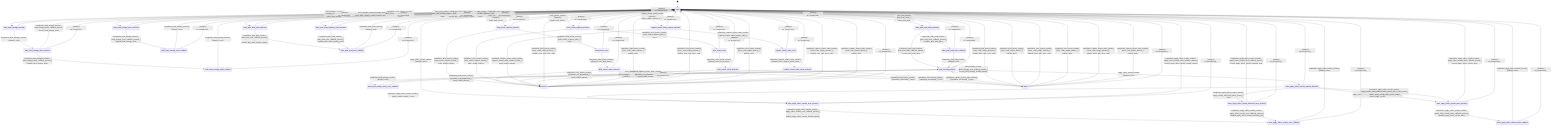
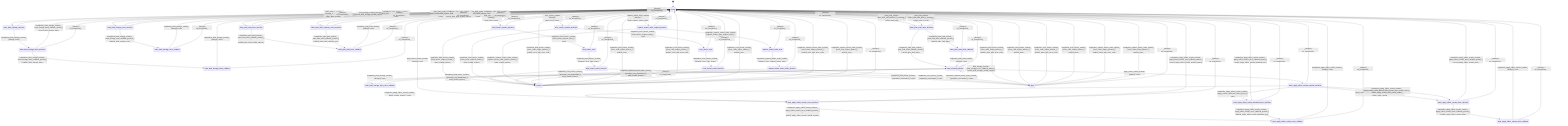
stateDiagram-v2
  direction TB
  [*] --> ready
  ready --> state_bind_storage_decision : bind_storage_runtime [storage_bind_valid_] / effect_bind_storage_
  ready --> state_bind_storage_error_decision : bind_storage_runtime [storage_bind_invalid_] / record_bind_storage_invalid_request_and_clear_binding_
  state_bind_storage_decision --> state_bind_storage_done_decision : completion_bind_storage_runtime_ [always] / none
  state_bind_storage_done_decision --> state_bind_storage_done_callback : completion_bind_storage_runtime_ [bind_storage_done_callback_present_] / publish_bind_storage_done_
  state_bind_storage_done_decision --> ready : completion_bind_storage_runtime_ [bind_storage_done_callback_absent_] / record_bind_storage_done_
  state_bind_storage_done_callback --> ready : completion_bind_storage_runtime_ [always] / none
  state_bind_storage_error_decision --> state_bind_storage_error_callback : completion_bind_storage_runtime_ [bind_storage_error_callback_present_] / publish_bind_storage_error_
  state_bind_storage_error_decision --> ready : completion_bind_storage_runtime_ [bind_storage_error_callback_absent_] / none
  state_bind_storage_error_callback --> ready : completion_bind_storage_runtime_ [always] / none
  state_awaiting_effects --> state_bind_storage_busy_error_callback : bind_storage_runtime [bind_storage_error_callback_present_] / publish_bind_storage_error_
  state_awaiting_effects --> state_awaiting_effects : bind_storage_runtime [bind_storage_error_callback_absent_] / record_bind_storage_invalid_request_
  state_bind_storage_busy_error_callback --> state_awaiting_effects : completion_bind_storage_runtime_ [always] / none
-   ready --> state_plan_load_done_decision : plan_load_runtime [plan_load_valid_] / effect_plan_load_
+   ready --> state_plan_load_done_decision : plan_load_runtime [plan_load_valid_without_io_strategy_] / effect_plan_load_
+   ready --> state_plan_load_done_decision : plan_load_runtime [plan_load_valid_with_io_strategy_] / effect_plan_io_load_
  ready --> state_plan_load_error_decision : plan_load_runtime [plan_load_invalid_request_] / none
  ready --> state_plan_load_capacity_error_decision : plan_load_runtime [plan_load_invalid_capacity_] / none
  state_plan_load_done_decision --> state_plan_load_done_callback : completion_plan_load_runtime_ [plan_load_done_callback_present_] / publish_plan_load_done_
  state_plan_load_done_decision --> state_awaiting_effects : completion_plan_load_runtime_ [plan_load_done_callback_absent_] / record_plan_load_done_
  state_plan_load_done_callback --> state_awaiting_effects : completion_plan_load_runtime_ [always] / none
  state_plan_load_error_decision --> state_plan_load_error_callback : completion_plan_load_runtime_ [plan_load_error_callback_present_] / publish_plan_load_invalid_request_
  state_plan_load_error_decision --> ready : completion_plan_load_runtime_ [plan_load_error_callback_absent_] / record_plan_load_invalid_request_
  state_plan_load_capacity_error_decision --> state_plan_load_error_callback : completion_plan_load_runtime_ [plan_load_error_callback_present_] / publish_plan_load_capacity_error_
  state_plan_load_capacity_error_decision --> ready : completion_plan_load_runtime_ [plan_load_error_callback_absent_] / record_plan_load_capacity_error_
  state_plan_load_error_callback --> ready : completion_plan_load_runtime_ [always] / none
  state_awaiting_effects --> state_apply_effect_results_request_decision : apply_effect_results_runtime [always] / none
  state_apply_effect_results_request_decision --> state_apply_effect_results_error_decision : completion_apply_effect_results_runtime_ [apply_results_invalid_] / none
  state_apply_effect_results_request_decision --> state_apply_effect_results_backend_error_decision : completion_apply_effect_results_runtime_ [apply_results_valid_with_effect_errors_] / none
  state_apply_effect_results_request_decision --> state_apply_effect_results_done_decision : completion_apply_effect_results_runtime_ [apply_results_valid_without_effect_errors_without_record_output_] / effect_apply_results_
  state_apply_effect_results_request_decision --> state_apply_effect_results_done_decision : completion_apply_effect_results_runtime_ [apply_results_valid_without_effect_errors_with_record_output_] / effect_apply_results_with_record_output_
  ready --> state_apply_effect_results_error_decision : apply_effect_results_runtime [always] / none
  state_apply_effect_results_done_decision --> state_apply_effect_results_done_callback : completion_apply_effect_results_runtime_ [apply_effect_results_done_callback_present_] / publish_apply_effect_results_done_
  state_apply_effect_results_done_decision --> ready : completion_apply_effect_results_runtime_ [apply_effect_results_done_callback_absent_] / record_apply_effect_results_done_
  state_apply_effect_results_done_callback --> ready : completion_apply_effect_results_runtime_ [always] / none
  state_apply_effect_results_error_decision --> state_apply_effect_results_error_callback : completion_apply_effect_results_runtime_ [apply_effect_results_error_callback_present_] / publish_apply_effect_results_invalid_request_
  state_apply_effect_results_error_decision --> ready : completion_apply_effect_results_runtime_ [apply_effect_results_error_callback_absent_] / record_apply_effect_results_invalid_request_
  state_apply_effect_results_backend_error_decision --> state_apply_effect_results_error_callback : completion_apply_effect_results_runtime_ [apply_effect_results_error_callback_present_] / publish_apply_effect_results_backend_error_
  state_apply_effect_results_backend_error_decision --> ready : completion_apply_effect_results_runtime_ [apply_effect_results_error_callback_absent_] / record_apply_effect_results_backend_error_
  state_apply_effect_results_error_callback --> ready : completion_apply_effect_results_runtime_ [always] / none
  ready --> bind_tensor_request_decision : bind_tensor_runtime [always] / begin_bind_tensor_
  bind_tensor_request_decision --> bind_tensor_exec : completion_bind_tensor_runtime_ [bind_tensor_request_valid_] / none
  bind_tensor_request_decision --> errored : completion_bind_tensor_runtime_ [bind_tensor_request_invalid_] / mark_invalid_request_
  bind_tensor_exec --> bind_tensor_result_decision : completion_bind_tensor_runtime_ [always] / exec_bind_tensor_
  bind_tensor_result_decision --> done : completion_bind_tensor_runtime_ [operation_succeeded_] / none
  bind_tensor_result_decision --> errored : completion_bind_tensor_runtime_ [operation_not_dispatched_] / mark_invalid_request_
  ready --> evict_tensor_request_decision : evict_tensor_runtime [always] / begin_evict_tensor_
  evict_tensor_request_decision --> evict_tensor_exec : completion_evict_tensor_runtime_ [evict_tensor_request_valid_] / none
  evict_tensor_request_decision --> errored : completion_evict_tensor_runtime_ [evict_tensor_request_invalid_] / mark_invalid_request_
  evict_tensor_exec --> evict_tensor_result_decision : completion_evict_tensor_runtime_ [always] / exec_evict_tensor_
  evict_tensor_result_decision --> done : completion_evict_tensor_runtime_ [operation_succeeded_] / none
  evict_tensor_result_decision --> errored : completion_evict_tensor_runtime_ [operation_not_dispatched_] / mark_invalid_request_
  ready --> capture_tensor_state_request_decision : capture_tensor_state_runtime [always] / begin_capture_tensor_state_
  capture_tensor_state_request_decision --> capture_tensor_state_exec : completion_capture_tensor_state_runtime_ [capture_tensor_state_request_valid_] / none
  capture_tensor_state_request_decision --> errored : completion_capture_tensor_state_runtime_ [capture_tensor_state_request_invalid_] / mark_invalid_request_
  capture_tensor_state_exec --> capture_tensor_state_result_decision : completion_capture_tensor_state_runtime_ [always] / exec_capture_tensor_state_
  capture_tensor_state_result_decision --> done : completion_capture_tensor_state_runtime_ [operation_succeeded_] / none
  capture_tensor_state_result_decision --> errored : completion_capture_tensor_state_runtime_ [operation_not_dispatched_] / mark_invalid_request_
  done --> ready : completion_bind_tensor_runtime_ [error_code_output_present_] / publish_done_with_error_code_
  done --> ready : completion_bind_tensor_runtime_ [error_code_output_absent_] / publish_done_
  errored --> ready : completion_bind_tensor_runtime_ [error_code_output_present_] / publish_error_with_error_code_
  errored --> ready : completion_bind_tensor_runtime_ [error_code_output_absent_] / publish_error_
  done --> ready : completion_evict_tensor_runtime_ [error_code_output_present_] / publish_done_with_error_code_
  done --> ready : completion_evict_tensor_runtime_ [error_code_output_absent_] / publish_done_
  errored --> ready : completion_evict_tensor_runtime_ [error_code_output_present_] / publish_error_with_error_code_
  errored --> ready : completion_evict_tensor_runtime_ [error_code_output_absent_] / publish_error_
  done --> ready : completion_capture_tensor_state_runtime_ [error_code_output_present_] / publish_done_with_error_code_
  done --> ready : completion_capture_tensor_state_runtime_ [error_code_output_absent_] / publish_done_
  errored --> ready : completion_capture_tensor_state_runtime_ [error_code_output_present_] / publish_error_with_error_code_
  errored --> ready : completion_capture_tensor_state_runtime_ [error_code_output_absent_] / publish_error_
  ready --> ready : _ [always] / on_unexpected_
  state_bind_storage_decision --> ready : _ [always] / on_unexpected_
  state_bind_storage_done_decision --> ready : _ [always] / on_unexpected_
  state_bind_storage_done_callback --> ready : _ [always] / on_unexpected_
  state_bind_storage_error_decision --> ready : _ [always] / on_unexpected_
  state_bind_storage_error_callback --> ready : _ [always] / on_unexpected_
  state_bind_storage_busy_error_callback --> state_awaiting_effects : _ [always] / on_unexpected_
  state_plan_load_done_decision --> ready : _ [always] / on_unexpected_
  state_plan_load_done_callback --> ready : _ [always] / on_unexpected_
  state_plan_load_error_decision --> ready : _ [always] / on_unexpected_
  state_plan_load_capacity_error_decision --> ready : _ [always] / on_unexpected_
  state_plan_load_error_callback --> ready : _ [always] / on_unexpected_
  state_awaiting_effects --> ready : _ [always] / on_unexpected_
  state_apply_effect_results_request_decision --> ready : _ [always] / on_unexpected_
  state_apply_effect_results_done_decision --> ready : _ [always] / on_unexpected_
  state_apply_effect_results_done_callback --> ready : _ [always] / on_unexpected_
  state_apply_effect_results_error_decision --> ready : _ [always] / on_unexpected_
  state_apply_effect_results_backend_error_decision --> ready : _ [always] / on_unexpected_
  state_apply_effect_results_error_callback --> ready : _ [always] / on_unexpected_
  bind_tensor_request_decision --> ready : _ [always] / on_unexpected_
  bind_tensor_exec --> ready : _ [always] / on_unexpected_
  bind_tensor_result_decision --> ready : _ [always] / on_unexpected_
  evict_tensor_request_decision --> ready : _ [always] / on_unexpected_
  evict_tensor_exec --> ready : _ [always] / on_unexpected_
  evict_tensor_result_decision --> ready : _ [always] / on_unexpected_
  capture_tensor_state_request_decision --> ready : _ [always] / on_unexpected_
  capture_tensor_state_exec --> ready : _ [always] / on_unexpected_
  capture_tensor_state_result_decision --> ready : _ [always] / on_unexpected_
  done --> ready : _ [always] / on_unexpected_
  errored --> ready : _ [always] / on_unexpected_
